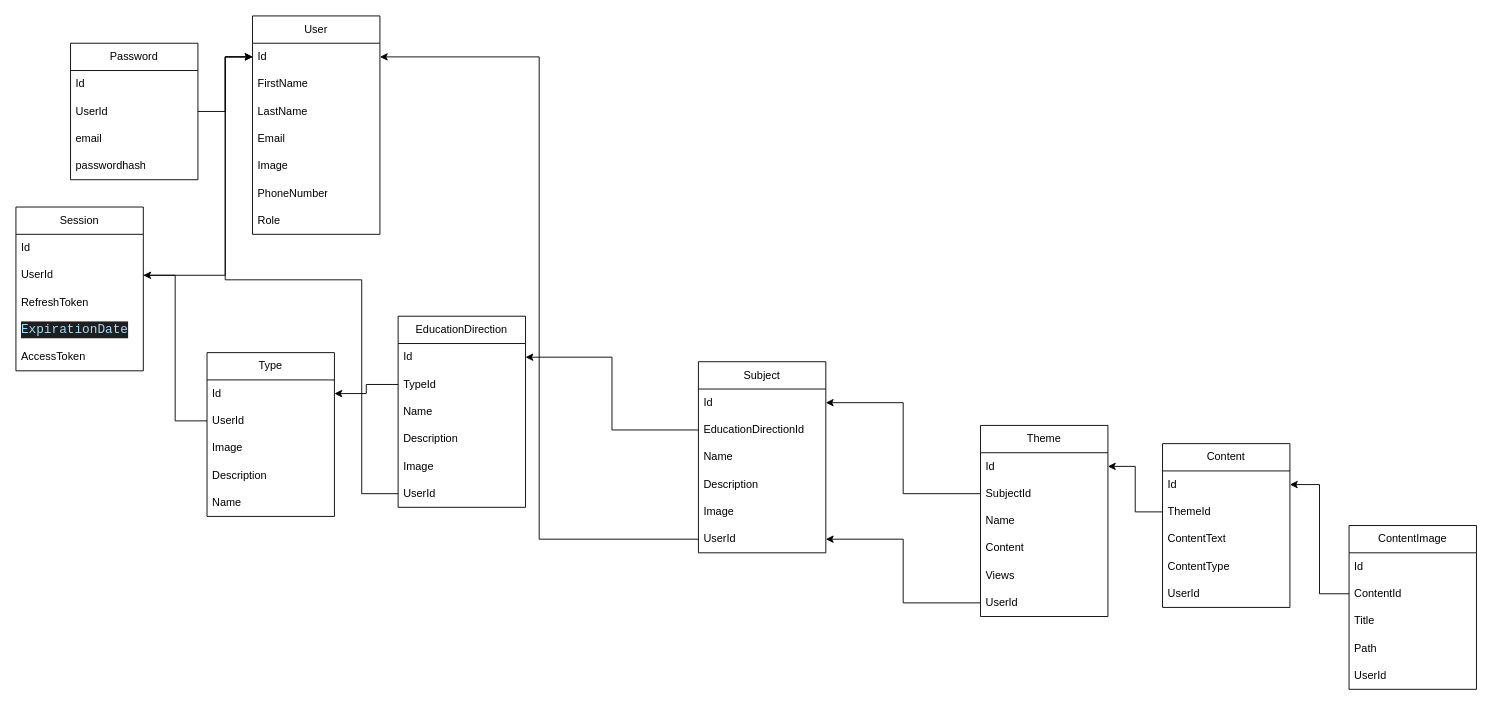
The draw.io diagram structure.drawio in TeacherShoxrux/talim-aspnet-core, before the edit. Source tidied: cells renumbered, new cells numbered last; positions are measured from the earlier drawing's top-left corner, leaving out a move shared by most shapes. Both pictures are drawn from the tidied source at 91%, with x=0, y=0 at pixel (15, 15).
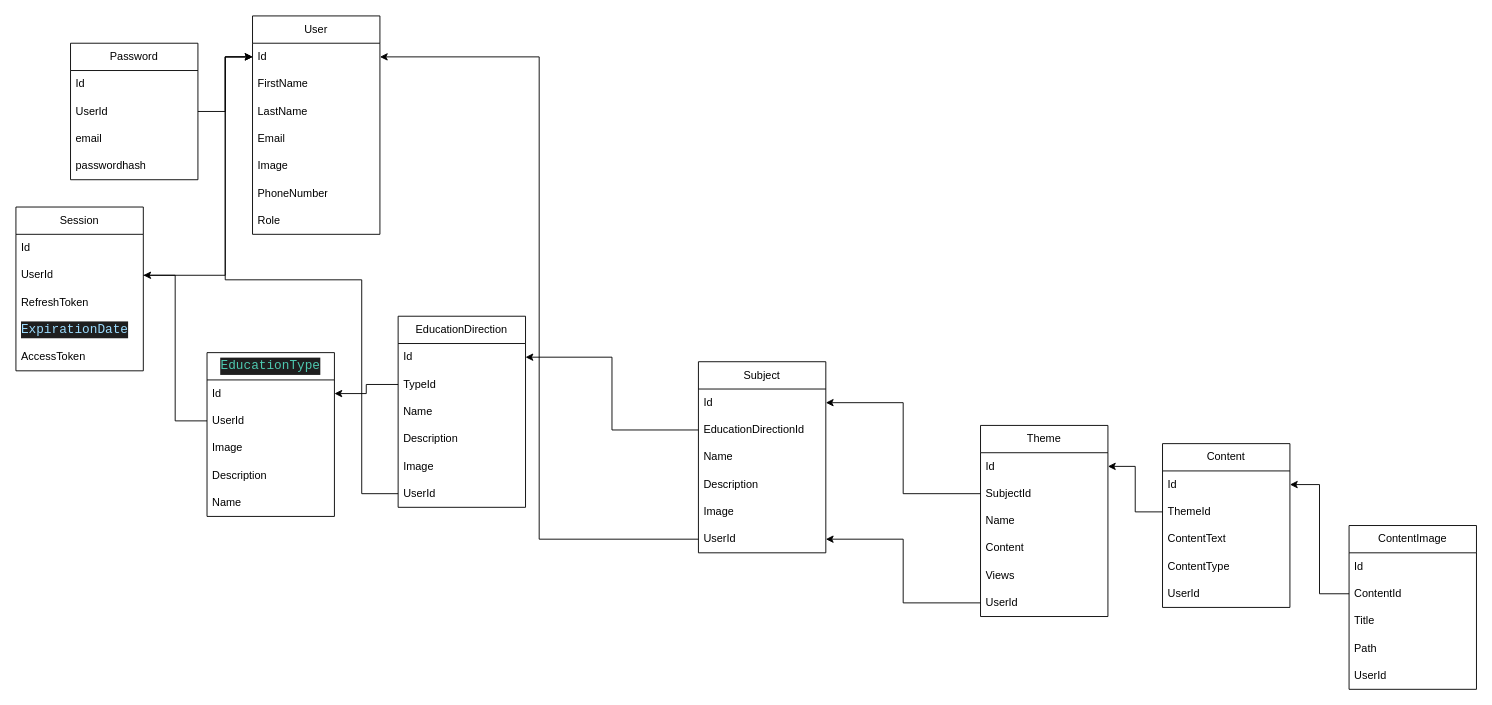
The same diagram, later.

Diff of the diagram source:
```diff
@@
-    <mxCell id="24" value="Type" style="swimlane;fontStyle=0;horizontal=1;startSize=30;whiteSpace=wrap;html=1;" parent="1" vertex="1">
+    <mxCell id="24" value="&lt;div style=&quot;color: rgb(204, 204, 204); background-color: rgb(31, 31, 31); font-family: Consolas, &amp;quot;Courier New&amp;quot;, monospace; font-size: 14px; line-height: 19px; white-space: pre;&quot;&gt;&lt;span style=&quot;color: #4ec9b0;&quot;&gt;EducationType&lt;/span&gt;&lt;/div&gt;" style="swimlane;fontStyle=0;horizontal=1;startSize=30;whiteSpace=wrap;html=1;" parent="1" vertex="1">
       <mxGeometry x="210" y="370" width="140" height="180" as="geometry" />
     </mxCell>
```
